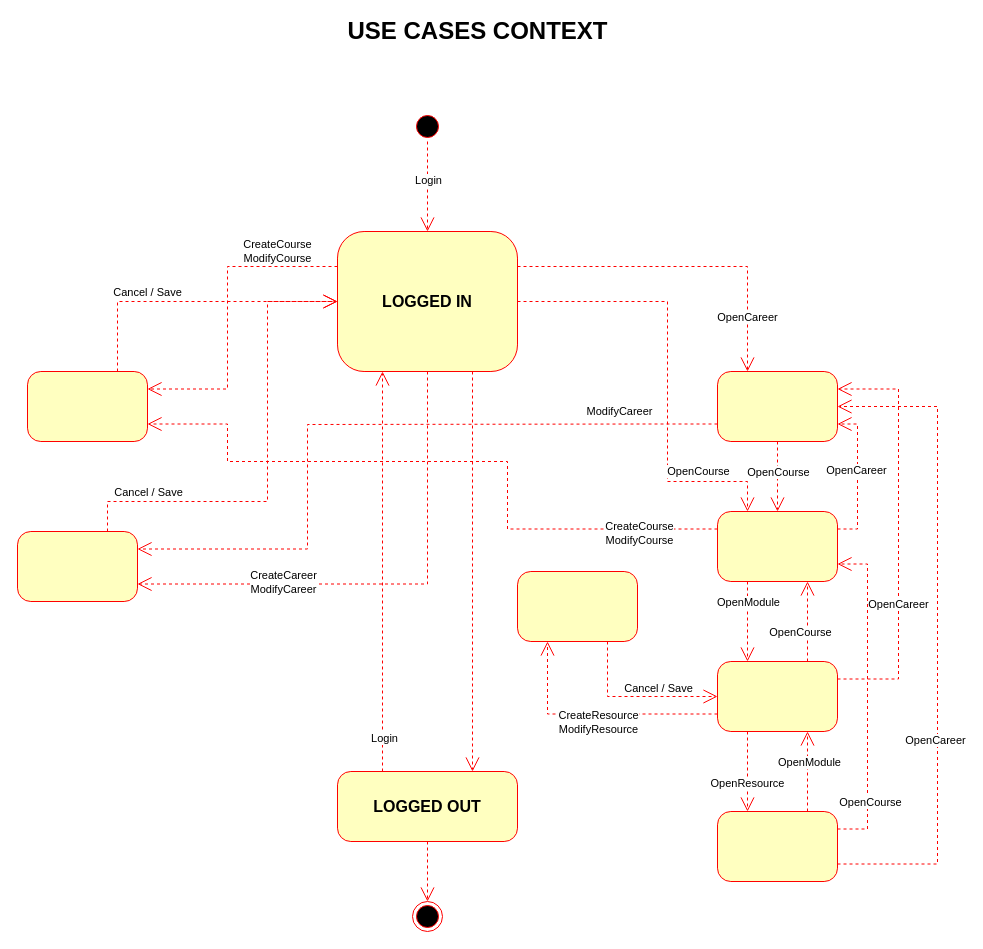
KemosahbeAndres/IntegralDelNorte keeps this draw.io diagram as page "Context" (3 of 4) of AULA INTEGRAL DEL NORTE.drawio. Above is the earlier version. Source tidied: cells renumbered, new cells numbered last; positions are measured from the earlier drawing's top-left corner, leaving out a move shared by most shapes. Both pictures are drawn from the tidied source at 100%, with x=0, y=0 at pixel (17, 21).
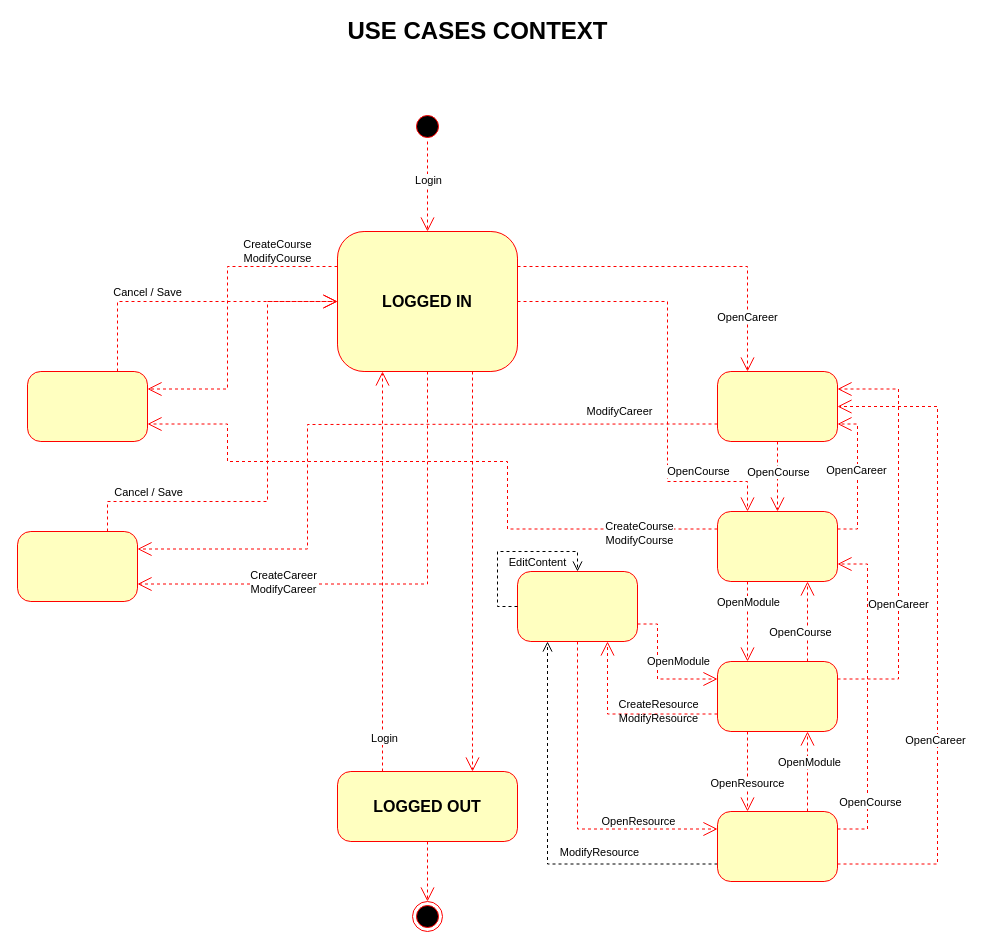
After the change.

The change refers to these unchanged cells:
```xml
<mxCell id="49" style="rounded=1;whiteSpace=wrap;html=1;arcSize=19;fontColor=#000000;fillColor=#ffffc0;strokeColor=#ff0000;fontSize=16;fontStyle=1;verticalAlign=middle;" parent="1" vertex="1">
  <mxGeometry x="700" y="790" width="120" height="70" as="geometry" />
</mxCell>
<mxCell id="57" style="rounded=1;whiteSpace=wrap;html=1;arcSize=19;fontColor=#000000;fillColor=#ffffc0;strokeColor=#ff0000;fontSize=16;fontStyle=1;verticalAlign=middle;" parent="1" vertex="1">
  <mxGeometry x="700" y="640" width="120" height="70" as="geometry" />
</mxCell>
<mxCell id="58" style="rounded=1;whiteSpace=wrap;html=1;arcSize=19;fontColor=#000000;fillColor=#ffffc0;strokeColor=#ff0000;fontSize=16;fontStyle=1;verticalAlign=middle;" parent="1" vertex="1">
  <mxGeometry x="500" y="550" width="120" height="70" as="geometry" />
</mxCell>
```

The edit, as a diff of the source:
```diff
@@
-    <mxCell id="43" style="edgeStyle=orthogonalEdgeStyle;rounded=0;jettySize=auto;html=1;exitX=0.75;exitY=1;exitDx=0;exitDy=0;entryX=0;entryY=0.5;entryDx=0;entryDy=0;dashed=1;fontSize=11;startArrow=none;startFill=0;endArrow=open;endFill=0;endSize=12;strokeColor=#FF0000;" parent="1" edge="1" source="58" target="57">
+    <mxCell id="43" style="edgeStyle=orthogonalEdgeStyle;rounded=0;jettySize=auto;html=1;exitX=1;exitY=0.75;exitDx=0;exitDy=0;entryX=0;entryY=0.25;entryDx=0;entryDy=0;dashed=1;fontSize=11;startArrow=none;startFill=0;endArrow=open;endFill=0;endSize=12;strokeColor=#FF0000;" parent="1" edge="1" source="58" target="57">
       <mxGeometry relative="1" as="geometry">
         <Array as="points">
-          <mxPoint x="590" y="675" />
+          <mxPoint x="640" y="603" />
+          <mxPoint x="640" y="658" />
+          <mxPoint x="700" y="658" />
         </Array>
       </mxGeometry>
     </mxCell>
-    <mxCell id="44" value="Cancel / Save" style="edgeLabel;html=1;align=center;verticalAlign=middle;fontSize=11;" parent="43" vertex="1">
+    <mxCell id="44" value="OpenModule" style="edgeLabel;html=1;align=center;verticalAlign=middle;fontSize=11;" parent="43" vertex="1">
       <mxGeometry x="-0.32" y="-2" relative="1" as="geometry">
-        <mxPoint x="49" y="-11" as="offset" />
+        <mxPoint x="22" y="11" as="offset" />
       </mxGeometry>
     </mxCell>
@@
+    <mxCell id="59" style="edgeStyle=orthogonalEdgeStyle;rounded=0;jettySize=auto;html=1;exitX=0;exitY=0.75;exitDx=0;exitDy=0;entryX=0.25;entryY=1;entryDx=0;entryDy=0;dashed=1;fontSize=11;endArrow=open;endFill=0;endSize=8;strokeColor=#000000;" parent="1" edge="1" source="49" target="58">
+      <mxGeometry relative="1" as="geometry" />
+    </mxCell>
+    <mxCell id="60" value="ModifyResource" style="edgeLabel;html=1;align=center;verticalAlign=middle;fontSize=11;" parent="59" vertex="1">
+      <mxGeometry x="-0.31" y="1" relative="1" as="geometry">
+        <mxPoint x="16" y="-13" as="offset" />
+      </mxGeometry>
+    </mxCell>
@@
-    <mxCell id="55" style="edgeStyle=orthogonalEdgeStyle;rounded=0;jettySize=auto;html=1;exitX=0;exitY=0.75;exitDx=0;exitDy=0;entryX=0.25;entryY=1;entryDx=0;entryDy=0;dashed=1;fontSize=11;startArrow=none;startFill=0;endArrow=open;endFill=0;endSize=12;strokeColor=#FF0000;" parent="1" edge="1" source="57" target="58">
+    <mxCell id="55" style="edgeStyle=orthogonalEdgeStyle;rounded=0;jettySize=auto;html=1;exitX=0;exitY=0.75;exitDx=0;exitDy=0;entryX=0.75;entryY=1;entryDx=0;entryDy=0;dashed=1;fontSize=11;startArrow=none;startFill=0;endArrow=open;endFill=0;endSize=12;strokeColor=#FF0000;" parent="1" edge="1" source="57" target="58">
       <mxGeometry relative="1" as="geometry" />
     </mxCell>
-    <mxCell id="56" value="CreateResource&lt;br&gt;ModifyResource" style="edgeLabel;html=1;align=center;verticalAlign=middle;fontSize=11;" parent="55" vertex="1">
+    <mxCell id="56" value="CreateResource&lt;br&gt;ModifyResource" style="edgeLabel;html=1;align=center;verticalAlign=middle;fontSize=11;labelBackgroundColor=none;" parent="55" vertex="1">
       <mxGeometry x="-0.3" relative="1" as="geometry">
-        <mxPoint x="-35" y="8" as="offset" />
+        <mxPoint x="4" y="-3" as="offset" />
       </mxGeometry>
     </mxCell>
@@
+    <mxCell id="61" style="edgeStyle=orthogonalEdgeStyle;rounded=0;jettySize=auto;html=1;dashed=1;fontSize=11;startArrow=none;startFill=0;endArrow=open;endFill=0;endSize=12;strokeColor=#FF0000;exitX=0.5;exitY=1;exitDx=0;exitDy=0;entryX=0;entryY=0.25;entryDx=0;entryDy=0;" parent="1" edge="1" source="58" target="49">
+      <mxGeometry relative="1" as="geometry">
+        <Array as="points">
+          <mxPoint x="560" y="808" />
+        </Array>
+      </mxGeometry>
+    </mxCell>
+    <mxCell id="62" value="OpenResource" style="edgeLabel;html=1;align=center;verticalAlign=middle;fontSize=11;" parent="61" vertex="1">
+      <mxGeometry x="-0.32" y="-2" relative="1" as="geometry">
+        <mxPoint x="62" y="68" as="offset" />
+      </mxGeometry>
+    </mxCell>
+    <mxCell id="63" style="edgeStyle=orthogonalEdgeStyle;rounded=0;orthogonalLoop=1;jettySize=auto;html=1;exitX=0;exitY=0.5;exitDx=0;exitDy=0;entryX=0.5;entryY=0;entryDx=0;entryDy=0;dashed=1;fontSize=11;endArrow=open;endFill=0;endSize=8;strokeColor=#000000;" parent="1" edge="1" source="58" target="58">
+      <mxGeometry relative="1" as="geometry">
+        <Array as="points">
+          <mxPoint x="480" y="585" />
+          <mxPoint x="480" y="530" />
+          <mxPoint x="560" y="530" />
+        </Array>
+      </mxGeometry>
+    </mxCell>
+    <mxCell id="64" value="EditContent" style="edgeLabel;html=1;align=center;verticalAlign=middle;fontSize=11;labelBackgroundColor=none;" parent="63" vertex="1">
+      <mxGeometry x="0.25" relative="1" as="geometry">
+        <mxPoint x="5" y="10" as="offset" />
+      </mxGeometry>
+    </mxCell>
```
